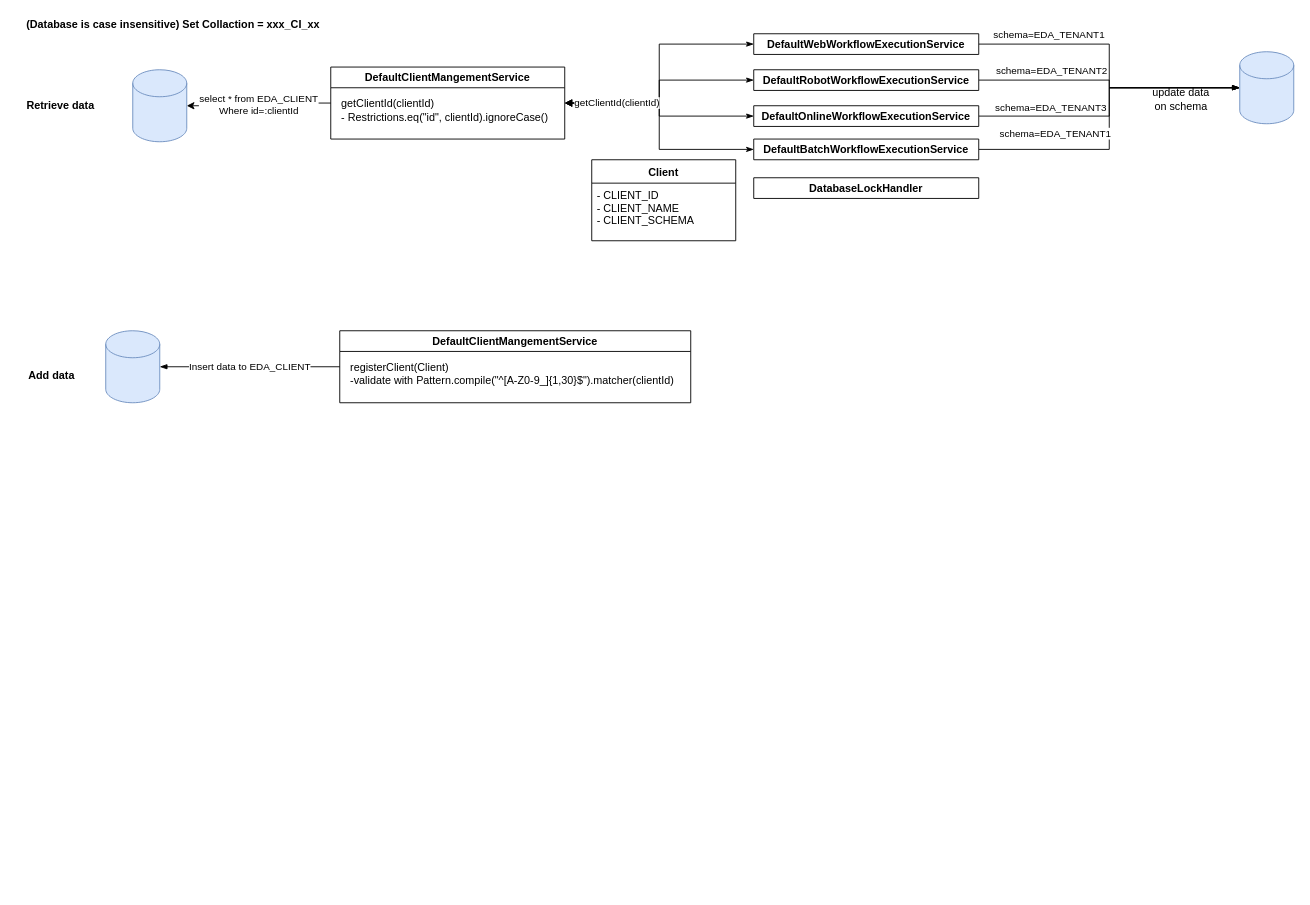
Earlier version of the draw.io diagram BPS-Client-ID-Usage.drawio (cjjian/Diagram). Source tidied: cells renumbered, new cells numbered last; positions are measured from the earlier drawing's top-left corner, leaving out a move shared by most shapes. Both pictures are drawn from the tidied source at 90%, with x=0, y=0 at pixel (15, 15).
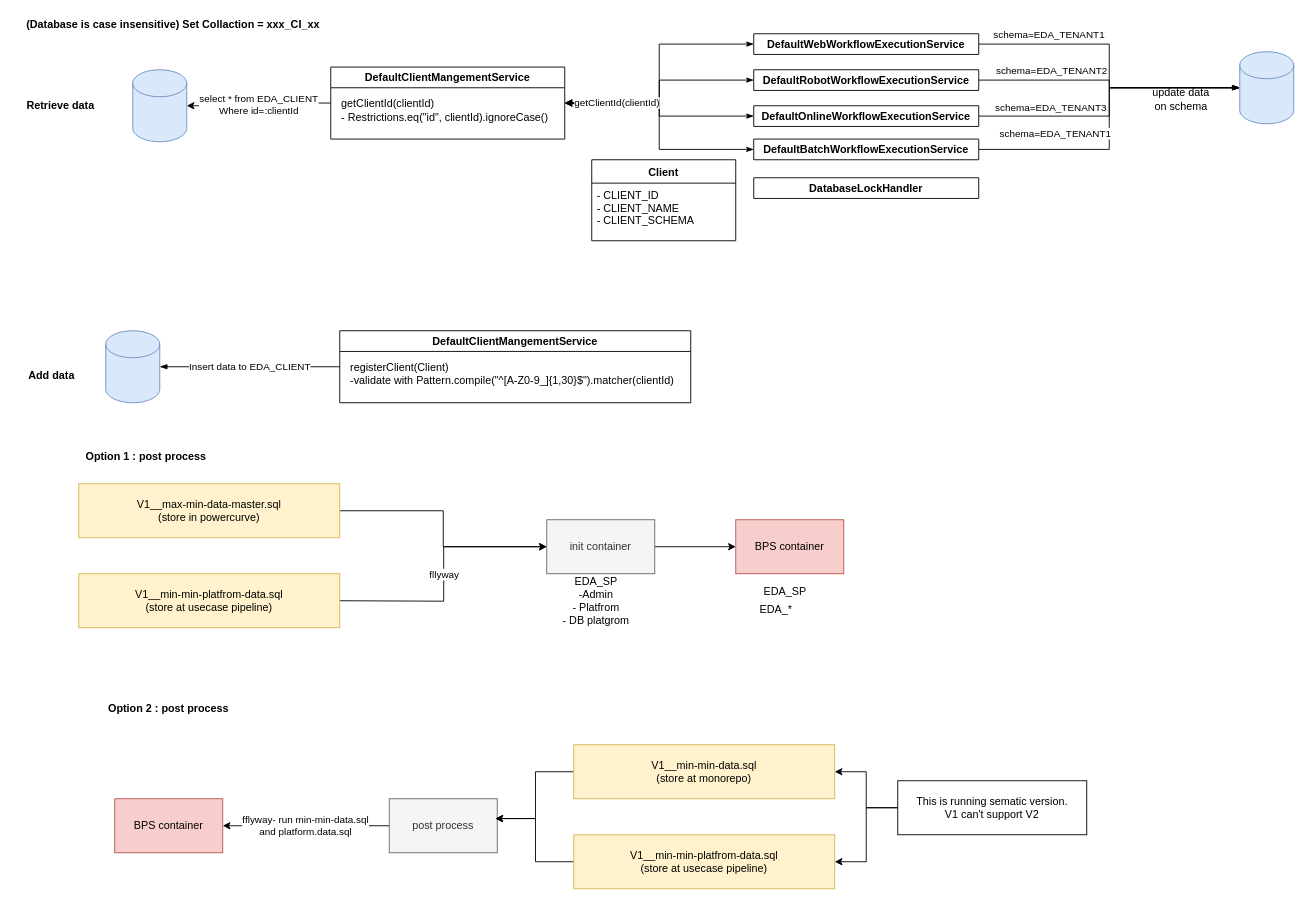
Above is the later version.

Change to the diagram source:
```diff
@@
+    <mxCell id="30" value="BPS container" style="rounded=0;whiteSpace=wrap;html=1;fillColor=#f8cecc;strokeColor=#b85450;" parent="1" vertex="1">
+      <mxGeometry x="800" y="560" width="120" height="60" as="geometry" />
+    </mxCell>
+    <mxCell id="31" style="edgeStyle=orthogonalEdgeStyle;rounded=0;jettySize=auto;html=1;" parent="1" edge="1" source="32" target="30">
+      <mxGeometry relative="1" as="geometry" />
+    </mxCell>
+    <mxCell id="32" value="init container" style="rounded=0;whiteSpace=wrap;html=1;fillColor=#f5f5f5;strokeColor=#666666;fontColor=#333333;" parent="1" vertex="1">
+      <mxGeometry x="590" y="560" width="120" height="60" as="geometry" />
+    </mxCell>
+    <mxCell id="33" style="edgeStyle=orthogonalEdgeStyle;rounded=0;jettySize=auto;html=1;entryX=0;entryY=0.5;entryDx=0;entryDy=0;" parent="1" edge="1" source="34" target="32">
+      <mxGeometry relative="1" as="geometry" />
+    </mxCell>
+    <mxCell id="34" value="V1__max-min-data-master.sql&lt;br&gt;(store in powercurve)" style="rounded=0;whiteSpace=wrap;html=1;fillColor=#fff2cc;strokeColor=#d6b656;" parent="1" vertex="1">
+      <mxGeometry x="70" y="520" width="290" height="60" as="geometry" />
+    </mxCell>
+    <mxCell id="35" value="fllyway" style="edgeStyle=orthogonalEdgeStyle;rounded=0;jettySize=auto;html=1;entryX=0;entryY=0.5;entryDx=0;entryDy=0;" parent="1" edge="1" target="32">
+      <mxGeometry relative="1" as="geometry">
+        <mxPoint x="360" y="650" as="sourcePoint" />
+      </mxGeometry>
+    </mxCell>
+    <mxCell id="36" value="EDA_SP&lt;br&gt;-Admin&lt;br&gt;- Platfrom&lt;br&gt;- DB platgrom" style="text;html=1;strokeColor=none;fillColor=none;align=center;verticalAlign=middle;whiteSpace=wrap;rounded=0;" parent="1" vertex="1">
+      <mxGeometry x="580" y="640" width="130" height="20" as="geometry" />
+    </mxCell>
+    <mxCell id="37" value="EDA_SP" style="text;html=1;strokeColor=none;fillColor=none;align=center;verticalAlign=middle;whiteSpace=wrap;rounded=0;" parent="1" vertex="1">
+      <mxGeometry x="800" y="630" width="110" height="20" as="geometry" />
+    </mxCell>
+    <mxCell id="38" value="EDA_*" style="text;html=1;strokeColor=none;fillColor=none;align=center;verticalAlign=middle;whiteSpace=wrap;rounded=0;" parent="1" vertex="1">
+      <mxGeometry x="825" y="650" width="40" height="20" as="geometry" />
+    </mxCell>
+    <mxCell id="39" value="BPS container" style="rounded=0;whiteSpace=wrap;html=1;fillColor=#f8cecc;strokeColor=#b85450;" parent="1" vertex="1">
+      <mxGeometry x="110" y="870" width="120" height="60" as="geometry" />
+    </mxCell>
+    <mxCell id="40" value="fflyway- run min-min-data.sql &lt;br&gt;and platform.data.sql" style="edgeStyle=orthogonalEdgeStyle;rounded=0;jettySize=auto;html=1;entryX=1;entryY=0.5;entryDx=0;entryDy=0;" parent="1" edge="1" source="41" target="39">
+      <mxGeometry relative="1" as="geometry" />
+    </mxCell>
+    <mxCell id="41" value="post process" style="rounded=0;whiteSpace=wrap;html=1;fillColor=#f5f5f5;strokeColor=#666666;fontColor=#333333;" parent="1" vertex="1">
+      <mxGeometry x="415" y="870" width="120" height="60" as="geometry" />
+    </mxCell>
+    <mxCell id="42" value="Option 1 : post process" style="text;html=1;strokeColor=none;fillColor=none;align=center;verticalAlign=middle;whiteSpace=wrap;rounded=0;fontStyle=1;" parent="1" vertex="1">
+      <mxGeometry x="30" y="480" width="230" height="20" as="geometry" />
+    </mxCell>
+    <mxCell id="43" value="Option 2 : post process" style="text;html=1;strokeColor=none;fillColor=none;align=center;verticalAlign=middle;whiteSpace=wrap;rounded=0;fontStyle=1;" parent="1" vertex="1">
+      <mxGeometry x="80" y="760" width="180" height="20" as="geometry" />
+    </mxCell>
+    <mxCell id="44" style="edgeStyle=orthogonalEdgeStyle;rounded=0;jettySize=auto;html=1;entryX=0.983;entryY=0.367;entryDx=0;entryDy=0;entryPerimeter=0;" parent="1" edge="1" source="45" target="41">
+      <mxGeometry relative="1" as="geometry" />
+    </mxCell>
+    <mxCell id="45" value="V1__min-min-data.sql&lt;br&gt;(store at monorepo)" style="rounded=0;whiteSpace=wrap;html=1;fillColor=#fff2cc;strokeColor=#d6b656;" parent="1" vertex="1">
+      <mxGeometry x="620" y="810" width="290" height="60" as="geometry" />
+    </mxCell>
+    <mxCell id="46" style="edgeStyle=orthogonalEdgeStyle;rounded=0;jettySize=auto;html=1;entryX=0.983;entryY=0.367;entryDx=0;entryDy=0;entryPerimeter=0;" parent="1" edge="1" source="47" target="41">
+      <mxGeometry relative="1" as="geometry" />
+    </mxCell>
+    <mxCell id="47" value="V1__min-min-platfrom-data.sql&lt;br&gt;(store at usecase pipeline)" style="rounded=0;whiteSpace=wrap;html=1;fillColor=#fff2cc;strokeColor=#d6b656;" parent="1" vertex="1">
+      <mxGeometry x="620" y="910" width="290" height="60" as="geometry" />
+    </mxCell>
+    <mxCell id="48" style="edgeStyle=orthogonalEdgeStyle;rounded=0;jettySize=auto;html=1;" parent="1" edge="1" source="50" target="45">
+      <mxGeometry relative="1" as="geometry" />
+    </mxCell>
+    <mxCell id="49" style="edgeStyle=orthogonalEdgeStyle;rounded=0;jettySize=auto;html=1;entryX=1;entryY=0.5;entryDx=0;entryDy=0;" parent="1" edge="1" source="50" target="47">
+      <mxGeometry relative="1" as="geometry" />
+    </mxCell>
+    <mxCell id="50" value="This is running sematic version.&lt;br&gt;V1 can't support V2" style="rounded=0;whiteSpace=wrap;html=1;" parent="1" vertex="1">
+      <mxGeometry x="980" y="850" width="210" height="60" as="geometry" />
+    </mxCell>
+    <mxCell id="51" value="V1__min-min-platfrom-data.sql&lt;br&gt;(store at usecase pipeline)" style="rounded=0;whiteSpace=wrap;html=1;fillColor=#fff2cc;strokeColor=#d6b656;" parent="1" vertex="1">
+      <mxGeometry x="70" y="620" width="290" height="60" as="geometry" />
+    </mxCell>
```
